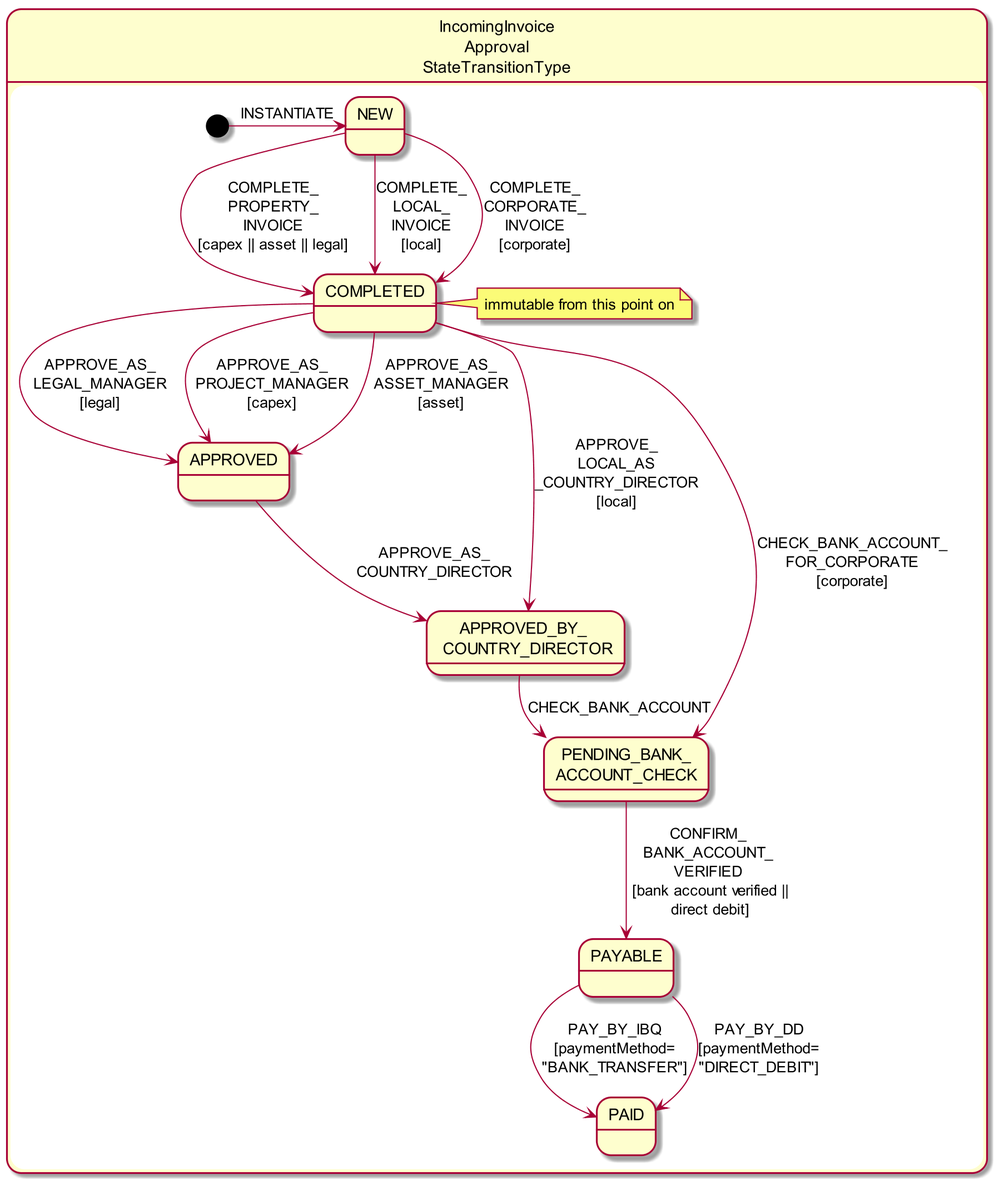
The PlantUML diagram adocs/documentation/src/main/asciidoc/incoming-invoice-approval-state-chart.png in estatio/estatio, before a commit. Its diagram source:
```plantuml
@startuml
skinparam dpi 200

state "IncomingInvoice\nApproval\nStateTransitionType" as iia {

    state "NEW" as iia_new

    state "COMPLETED" as iia_classified
    note right of iia_classified: immutable from this point on

    state "APPROVED" as iia_a
    state "APPROVED_BY_ \n COUNTRY_DIRECTOR" as iia_abcd

    state "PENDING_BANK_\nACCOUNT_CHECK" as iia_pbac

    state "PAYABLE" as iia_payable
    state "PAID" as iia_paid

    [*] -right-> iia_new: INSTANTIATE

    iia_new -down-> iia_classified : COMPLETE_\nPROPERTY_\nINVOICE\n[capex || asset || legal]
    iia_new -down-> iia_classified : COMPLETE_\nLOCAL_\nINVOICE\n[local]
    iia_new -down-> iia_classified : COMPLETE_\nCORPORATE_\nINVOICE\n[corporate]

    iia_classified --> iia_a : APPROVE_AS_\nLEGAL_MANAGER\n[legal]
    iia_classified --> iia_a : APPROVE_AS_\nPROJECT_MANAGER\n[capex]
    iia_classified --> iia_a : APPROVE_AS_\nASSET_MANAGER\n[asset]

    iia_classified --> iia_abcd : APPROVE_\nLOCAL_AS\n_COUNTRY_DIRECTOR\n[local]
    iia_classified --> iia_pbac : CHECK_BANK_ACCOUNT_\nFOR_CORPORATE\n[corporate]

    iia_a -down-> iia_abcd : APPROVE_AS_\nCOUNTRY_DIRECTOR

    iia_abcd --> iia_pbac : CHECK_BANK_ACCOUNT

    iia_pbac --> iia_payable : CONFIRM_\nBANK_ACCOUNT_\nVERIFIED\n [bank account verified ||\n direct debit]
    iia_payable --> iia_paid: PAY_BY_IBQ\n[paymentMethod=\n"BANK_TRANSFER"]
    iia_payable --> iia_paid: PAY_BY_DD\n[paymentMethod=\n"DIRECT_DEBIT"]
}
@enduml
```
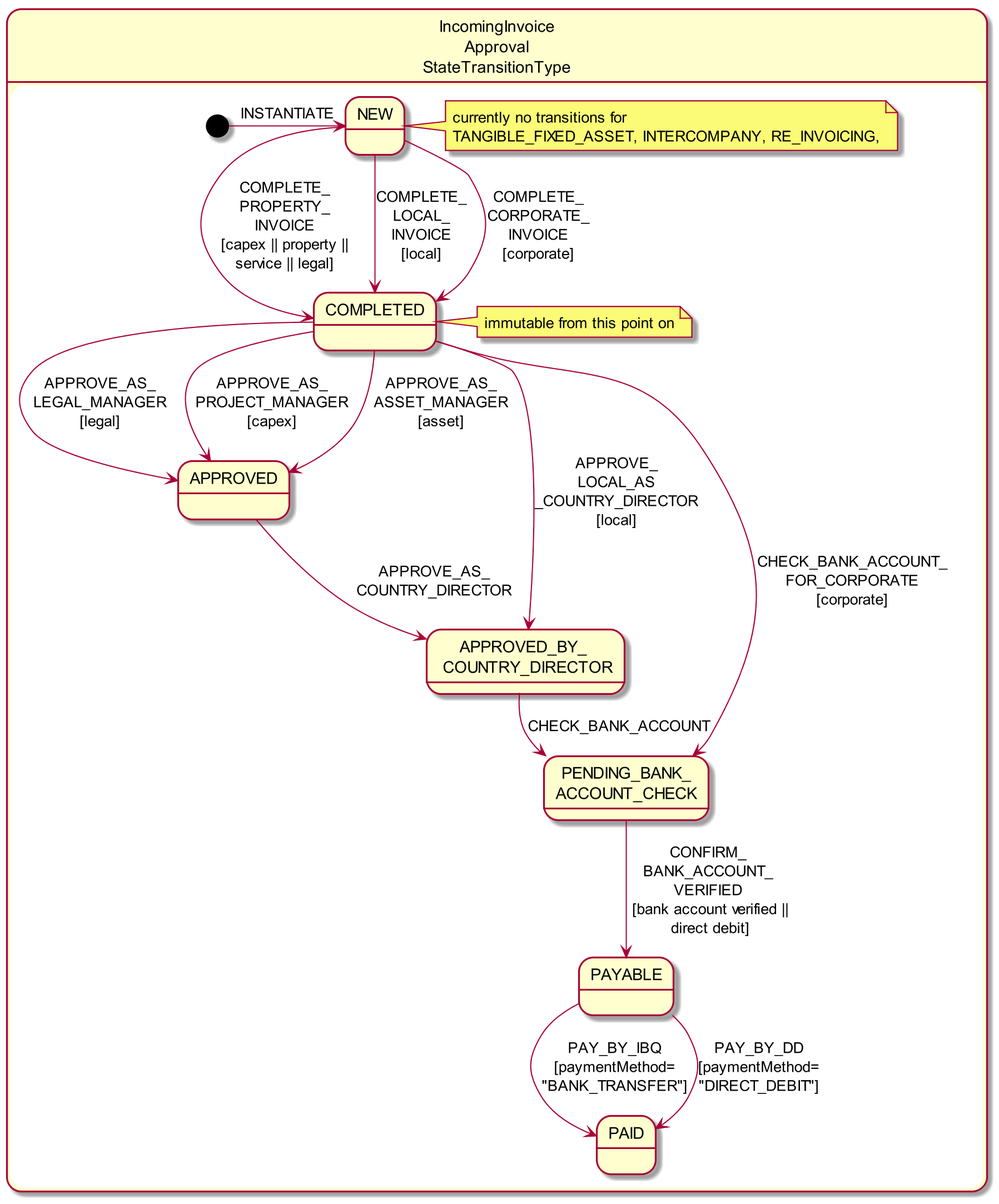
The same file after the commit.

Change to the diagram source:
```diff
@@ -4,9 +4,11 @@
 state "IncomingInvoice\nApproval\nStateTransitionType" as iia {
 
     state "NEW" as iia_new
+    note right of iia_new: currently no transitions for\nTANGIBLE_FIXED_ASSET, INTERCOMPANY, RE_INVOICING,
 
-    state "COMPLETED" as iia_classified
-    note right of iia_classified: immutable from this point on
+
+    state "COMPLETED" as iia_completed
+    note right of iia_completed: immutable from this point on
 
     state "APPROVED" as iia_a
     state "APPROVED_BY_ \n COUNTRY_DIRECTOR" as iia_abcd
@@ -18,16 +20,16 @@
 
     [*] -right-> iia_new: INSTANTIATE
 
-    iia_new -down-> iia_classified : COMPLETE_\nPROPERTY_\nINVOICE\n[capex || asset || legal]
-    iia_new -down-> iia_classified : COMPLETE_\nLOCAL_\nINVOICE\n[local]
-    iia_new -down-> iia_classified : COMPLETE_\nCORPORATE_\nINVOICE\n[corporate]
+    iia_new -down-> iia_completed : COMPLETE_\nPROPERTY_\nINVOICE\n[capex || property ||\nservice || legal]
+    iia_new -down-> iia_completed : COMPLETE_\nLOCAL_\nINVOICE\n[local]
+    iia_new -down-> iia_completed : COMPLETE_\nCORPORATE_\nINVOICE\n[corporate]
 
-    iia_classified --> iia_a : APPROVE_AS_\nLEGAL_MANAGER\n[legal]
-    iia_classified --> iia_a : APPROVE_AS_\nPROJECT_MANAGER\n[capex]
-    iia_classified --> iia_a : APPROVE_AS_\nASSET_MANAGER\n[asset]
+    iia_completed --> iia_a : APPROVE_AS_\nLEGAL_MANAGER\n[legal]
+    iia_completed --> iia_a : APPROVE_AS_\nPROJECT_MANAGER\n[capex]
+    iia_completed --> iia_a : APPROVE_AS_\nASSET_MANAGER\n[asset]
 
-    iia_classified --> iia_abcd : APPROVE_\nLOCAL_AS\n_COUNTRY_DIRECTOR\n[local]
-    iia_classified --> iia_pbac : CHECK_BANK_ACCOUNT_\nFOR_CORPORATE\n[corporate]
+    iia_completed --> iia_abcd : APPROVE_\nLOCAL_AS\n_COUNTRY_DIRECTOR\n[local]
+    iia_completed --> iia_pbac : CHECK_BANK_ACCOUNT_\nFOR_CORPORATE\n[corporate]
 
     iia_a -down-> iia_abcd : APPROVE_AS_\nCOUNTRY_DIRECTOR
 
```
